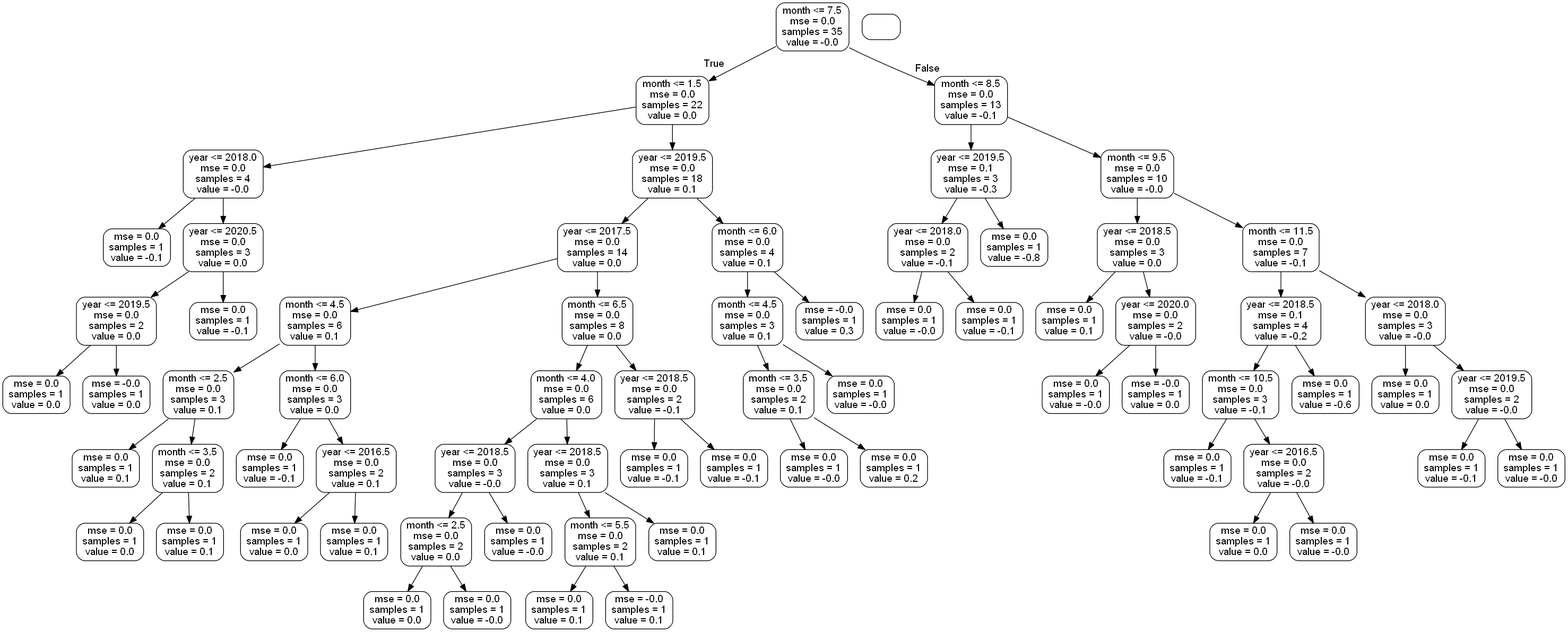
Before: tree.png, a diagram exported from Graphviz (M-Gjerde/VGIS8). Its source is kept beside it as tree.dot.
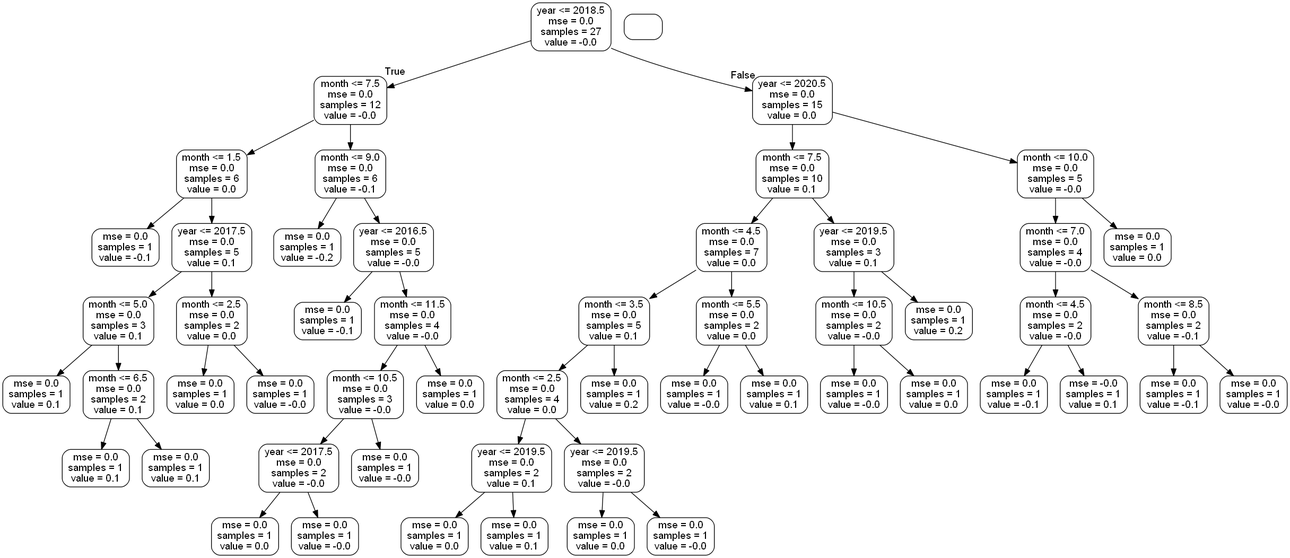
The same diagram one commit later.

What changed in the source:
```diff
@@ -1,141 +1,109 @@
 digraph Tree {
 node [shape=box, style="rounded", color="black", fontname=helvetica] ;
 edge [fontname=helvetica] ;
-0 [label="month <= 7.5\nmse = 0.0\nsamples = 35\nvalue = -0.0"] ;
-1 [label="month <= 1.5\nmse = 0.0\nsamples = 22\nvalue = 0.0"] ;
+0 [label="year <= 2018.5\nmse = 0.0\nsamples = 27\nvalue = -0.0"] ;
+1 [label="month <= 7.5\nmse = 0.0\nsamples = 12\nvalue = -0.0"] ;
 0 -> 1 [labeldistance=2.5, labelangle=45, headlabel="True"] ;
-2 [label="year <= 2018.0\nmse = 0.0\nsamples = 4\nvalue = -0.0"] ;
+2 [label="month <= 1.5\nmse = 0.0\nsamples = 6\nvalue = 0.0"] ;
 1 -> 2 ;
 3 [label="mse = 0.0\nsamples = 1\nvalue = -0.1"] ;
 2 -> 3 ;
-4 [label="year <= 2020.5\nmse = 0.0\nsamples = 3\nvalue = 0.0"] ;
+4 [label="year <= 2017.5\nmse = 0.0\nsamples = 5\nvalue = 0.1"] ;
 2 -> 4 ;
-5 [label="year <= 2019.5\nmse = 0.0\nsamples = 2\nvalue = 0.0"] ;
+5 [label="month <= 5.0\nmse = 0.0\nsamples = 3\nvalue = 0.1"] ;
 4 -> 5 ;
-6 [label="mse = 0.0\nsamples = 1\nvalue = 0.0"] ;
+6 [label="mse = 0.0\nsamples = 1\nvalue = 0.1"] ;
 5 -> 6 ;
-7 [label="mse = -0.0\nsamples = 1\nvalue = 0.0"] ;
+7 [label="month <= 6.5\nmse = 0.0\nsamples = 2\nvalue = 0.1"] ;
 5 -> 7 ;
-8 [label="mse = 0.0\nsamples = 1\nvalue = -0.1"] ;
-4 -> 8 ;
-9 [label="year <= 2019.5\nmse = 0.0\nsamples = 18\nvalue = 0.1"] ;
-1 -> 9 ;
-10 [label="year <= 2017.5\nmse = 0.0\nsamples = 14\nvalue = 0.0"] ;
-9 -> 10 ;
-11 [label="month <= 4.5\nmse = 0.0\nsamples = 6\nvalue = 0.1"] ;
+8 [label="mse = 0.0\nsamples = 1\nvalue = 0.1"] ;
+7 -> 8 ;
+9 [label="mse = 0.0\nsamples = 1\nvalue = 0.1"] ;
+7 -> 9 ;
+10 [label="month <= 2.5\nmse = 0.0\nsamples = 2\nvalue = 0.0"] ;
+4 -> 10 ;
+11 [label="mse = 0.0\nsamples = 1\nvalue = 0.0"] ;
 10 -> 11 ;
-12 [label="month <= 2.5\nmse = 0.0\nsamples = 3\nvalue = 0.1"] ;
-11 -> 12 ;
-13 [label="mse = 0.0\nsamples = 1\nvalue = 0.1"] ;
-12 -> 13 ;
-14 [label="month <= 3.5\nmse = 0.0\nsamples = 2\nvalue = 0.1"] ;
-12 -> 14 ;
-15 [label="mse = 0.0\nsamples = 1\nvalue = 0.0"] ;
-14 -> 15 ;
-16 [label="mse = 0.0\nsamples = 1\nvalue = 0.1"] ;
-14 -> 16 ;
-17 [label="month <= 6.0\nmse = 0.0\nsamples = 3\nvalue = 0.0"] ;
-11 -> 17 ;
-18 [label="mse = 0.0\nsamples = 1\nvalue = -0.1"] ;
+12 [label="mse = 0.0\nsamples = 1\nvalue = -0.0"] ;
+10 -> 12 ;
+13 [label="month <= 9.0\nmse = 0.0\nsamples = 6\nvalue = -0.1"] ;
+1 -> 13 ;
+14 [label="mse = 0.0\nsamples = 1\nvalue = -0.2"] ;
+13 -> 14 ;
+15 [label="year <= 2016.5\nmse = 0.0\nsamples = 5\nvalue = -0.0"] ;
+13 -> 15 ;
+16 [label="mse = 0.0\nsamples = 1\nvalue = -0.1"] ;
+15 -> 16 ;
+17 [label="month <= 11.5\nmse = 0.0\nsamples = 4\nvalue = -0.0"] ;
+15 -> 17 ;
+18 [label="month <= 10.5\nmse = 0.0\nsamples = 3\nvalue = -0.0"] ;
 17 -> 18 ;
-19 [label="year <= 2016.5\nmse = 0.0\nsamples = 2\nvalue = 0.1"] ;
-17 -> 19 ;
+19 [label="year <= 2017.5\nmse = 0.0\nsamples = 2\nvalue = -0.0"] ;
+18 -> 19 ;
 20 [label="mse = 0.0\nsamples = 1\nvalue = 0.0"] ;
 19 -> 20 ;
-21 [label="mse = 0.0\nsamples = 1\nvalue = 0.1"] ;
+21 [label="mse = 0.0\nsamples = 1\nvalue = -0.0"] ;
 19 -> 21 ;
-22 [label="month <= 6.5\nmse = 0.0\nsamples = 8\nvalue = 0.0"] ;
-10 -> 22 ;
-23 [label="month <= 4.0\nmse = 0.0\nsamples = 6\nvalue = 0.0"] ;
-22 -> 23 ;
-24 [label="year <= 2018.5\nmse = 0.0\nsamples = 3\nvalue = -0.0"] ;
-23 -> 24 ;
-25 [label="month <= 2.5\nmse = 0.0\nsamples = 2\nvalue = 0.0"] ;
+22 [label="mse = 0.0\nsamples = 1\nvalue = -0.0"] ;
+18 -> 22 ;
+23 [label="mse = 0.0\nsamples = 1\nvalue = 0.0"] ;
+17 -> 23 ;
+24 [label="year <= 2020.5\nmse = 0.0\nsamples = 15\nvalue = 0.0"] ;
+0 -> 24 [labeldistance=2.5, labelangle=-45, headlabel="False"] ;
+25 [label="month <= 7.5\nmse = 0.0\nsamples = 10\nvalue = 0.1"] ;
 24 -> 25 ;
-26 [label="mse = 0.0\nsamples = 1\nvalue = 0.0"] ;
+26 [label="month <= 4.5\nmse = 0.0\nsamples = 7\nvalue = 0.0"] ;
 25 -> 26 ;
-27 [label="mse = 0.0\nsamples = 1\nvalue = -0.0"] ;
-25 -> 27 ;
-28 [label="mse = 0.0\nsamples = 1\nvalue = -0.0"] ;
-24 -> 28 ;
-29 [label="year <= 2018.5\nmse = 0.0\nsamples = 3\nvalue = 0.1"] ;
-23 -> 29 ;
-30 [label="month <= 5.5\nmse = 0.0\nsamples = 2\nvalue = 0.1"] ;
+27 [label="month <= 3.5\nmse = 0.0\nsamples = 5\nvalue = 0.1"] ;
+26 -> 27 ;
+28 [label="month <= 2.5\nmse = 0.0\nsamples = 4\nvalue = 0.0"] ;
+27 -> 28 ;
+29 [label="year <= 2019.5\nmse = 0.0\nsamples = 2\nvalue = 0.1"] ;
+28 -> 29 ;
+30 [label="mse = 0.0\nsamples = 1\nvalue = 0.0"] ;
 29 -> 30 ;
 31 [label="mse = 0.0\nsamples = 1\nvalue = 0.1"] ;
-30 -> 31 ;
-32 [label="mse = -0.0\nsamples = 1\nvalue = 0.1"] ;
-30 -> 32 ;
-33 [label="mse = 0.0\nsamples = 1\nvalue = 0.1"] ;
-29 -> 33 ;
-34 [label="year <= 2018.5\nmse = 0.0\nsamples = 2\nvalue = -0.1"] ;
-22 -> 34 ;
-35 [label="mse = 0.0\nsamples = 1\nvalue = -0.1"] ;
-34 -> 35 ;
-36 [label="mse = 0.0\nsamples = 1\nvalue = -0.1"] ;
-34 -> 36 ;
-37 [label="month <= 6.0\nmse = 0.0\nsamples = 4\nvalue = 0.1"] ;
-9 -> 37 ;
-38 [label="month <= 4.5\nmse = 0.0\nsamples = 3\nvalue = 0.1"] ;
-37 -> 38 ;
-39 [label="month <= 3.5\nmse = 0.0\nsamples = 2\nvalue = 0.1"] ;
-38 -> 39 ;
-40 [label="mse = 0.0\nsamples = 1\nvalue = -0.0"] ;
+29 -> 31 ;
+32 [label="year <= 2019.5\nmse = 0.0\nsamples = 2\nvalue = -0.0"] ;
+28 -> 32 ;
+33 [label="mse = 0.0\nsamples = 1\nvalue = 0.0"] ;
+32 -> 33 ;
+34 [label="mse = 0.0\nsamples = 1\nvalue = -0.0"] ;
+32 -> 34 ;
+35 [label="mse = 0.0\nsamples = 1\nvalue = 0.2"] ;
+27 -> 35 ;
+36 [label="month <= 5.5\nmse = 0.0\nsamples = 2\nvalue = 0.0"] ;
+26 -> 36 ;
+37 [label="mse = 0.0\nsamples = 1\nvalue = -0.0"] ;
+36 -> 37 ;
+38 [label="mse = 0.0\nsamples = 1\nvalue = 0.1"] ;
+36 -> 38 ;
+39 [label="year <= 2019.5\nmse = 0.0\nsamples = 3\nvalue = 0.1"] ;
+25 -> 39 ;
+40 [label="month <= 10.5\nmse = 0.0\nsamples = 2\nvalue = -0.0"] ;
 39 -> 40 ;
-41 [label="mse = 0.0\nsamples = 1\nvalue = 0.2"] ;
-39 -> 41 ;
-42 [label="mse = 0.0\nsamples = 1\nvalue = -0.0"] ;
-38 -> 42 ;
-43 [label="mse = -0.0\nsamples = 1\nvalue = 0.3"] ;
-37 -> 43 ;
-44 [label="month <= 8.5\nmse = 0.0\nsamples = 13\nvalue = -0.1"] ;
-0 -> 44 [labeldistance=2.5, labelangle=-45, headlabel="False"] ;
-45 [label="year <= 2019.5\nmse = 0.1\nsamples = 3\nvalue = -0.3"] ;
+41 [label="mse = 0.0\nsamples = 1\nvalue = -0.0"] ;
+40 -> 41 ;
+42 [label="mse = 0.0\nsamples = 1\nvalue = 0.0"] ;
+40 -> 42 ;
+43 [label="mse = 0.0\nsamples = 1\nvalue = 0.2"] ;
+39 -> 43 ;
+44 [label="month <= 10.0\nmse = 0.0\nsamples = 5\nvalue = -0.0"] ;
+24 -> 44 ;
+45 [label="month <= 7.0\nmse = 0.0\nsamples = 4\nvalue = -0.0"] ;
 44 -> 45 ;
-46 [label="year <= 2018.0\nmse = 0.0\nsamples = 2\nvalue = -0.1"] ;
+46 [label="month <= 4.5\nmse = 0.0\nsamples = 2\nvalue = -0.0"] ;
 45 -> 46 ;
-47 [label="mse = 0.0\nsamples = 1\nvalue = -0.0"] ;
+47 [label="mse = 0.0\nsamples = 1\nvalue = -0.1"] ;
 46 -> 47 ;
-48 [label="mse = 0.0\nsamples = 1\nvalue = -0.1"] ;
+48 [label="mse = -0.0\nsamples = 1\nvalue = 0.1"] ;
 46 -> 48 ;
-49 [label="mse = 0.0\nsamples = 1\nvalue = -0.8"] ;
+49 [label="month <= 8.5\nmse = 0.0\nsamples = 2\nvalue = -0.1"] ;
 45 -> 49 ;
-50 [label="month <= 9.5\nmse = 0.0\nsamples = 10\nvalue = -0.0"] ;
-44 -> 50 ;
-51 [label="year <= 2018.5\nmse = 0.0\nsamples = 3\nvalue = 0.0"] ;
-50 -> 51 ;
-52 [label="mse = 0.0\nsamples = 1\nvalue = 0.1"] ;
-51 -> 52 ;
-53 [label="year <= 2020.0\nmse = 0.0\nsamples = 2\nvalue = -0.0"] ;
-51 -> 53 ;
-54 [label="mse = 0.0\nsamples = 1\nvalue = -0.0"] ;
-53 -> 54 ;
-55 [label="mse = -0.0\nsamples = 1\nvalue = 0.0"] ;
-53 -> 55 ;
-56 [label="month <= 11.5\nmse = 0.0\nsamples = 7\nvalue = -0.1"] ;
-50 -> 56 ;
-57 [label="year <= 2018.5\nmse = 0.1\nsamples = 4\nvalue = -0.2"] ;
-56 -> 57 ;
-58 [label="month <= 10.5\nmse = 0.0\nsamples = 3\nvalue = -0.1"] ;
-57 -> 58 ;
-59 [label="mse = 0.0\nsamples = 1\nvalue = -0.1"] ;
-58 -> 59 ;
-60 [label="year <= 2016.5\nmse = 0.0\nsamples = 2\nvalue = -0.0"] ;
-58 -> 60 ;
-61 [label="mse = 0.0\nsamples = 1\nvalue = 0.0"] ;
-60 -> 61 ;
-62 [label="mse = 0.0\nsamples = 1\nvalue = -0.0"] ;
-60 -> 62 ;
-63 [label="mse = 0.0\nsamples = 1\nvalue = -0.6"] ;
-57 -> 63 ;
-64 [label="year <= 2018.0\nmse = 0.0\nsamples = 3\nvalue = -0.0"] ;
-56 -> 64 ;
-65 [label="mse = 0.0\nsamples = 1\nvalue = 0.0"] ;
-64 -> 65 ;
-66 [label="year <= 2019.5\nmse = 0.0\nsamples = 2\nvalue = -0.0"] ;
-64 -> 66 ;
-67 [label="mse = 0.0\nsamples = 1\nvalue = -0.1"] ;
-66 -> 67 ;
-68 [label="mse = 0.0\nsamples = 1\nvalue = -0.0"] ;
-66 -> 68 ;
+50 [label="mse = 0.0\nsamples = 1\nvalue = -0.1"] ;
+49 -> 50 ;
+51 [label="mse = 0.0\nsamples = 1\nvalue = -0.0"] ;
+49 -> 51 ;
+52 [label="mse = 0.0\nsamples = 1\nvalue = 0.0"] ;
+44 -> 52 ;
 }
```
